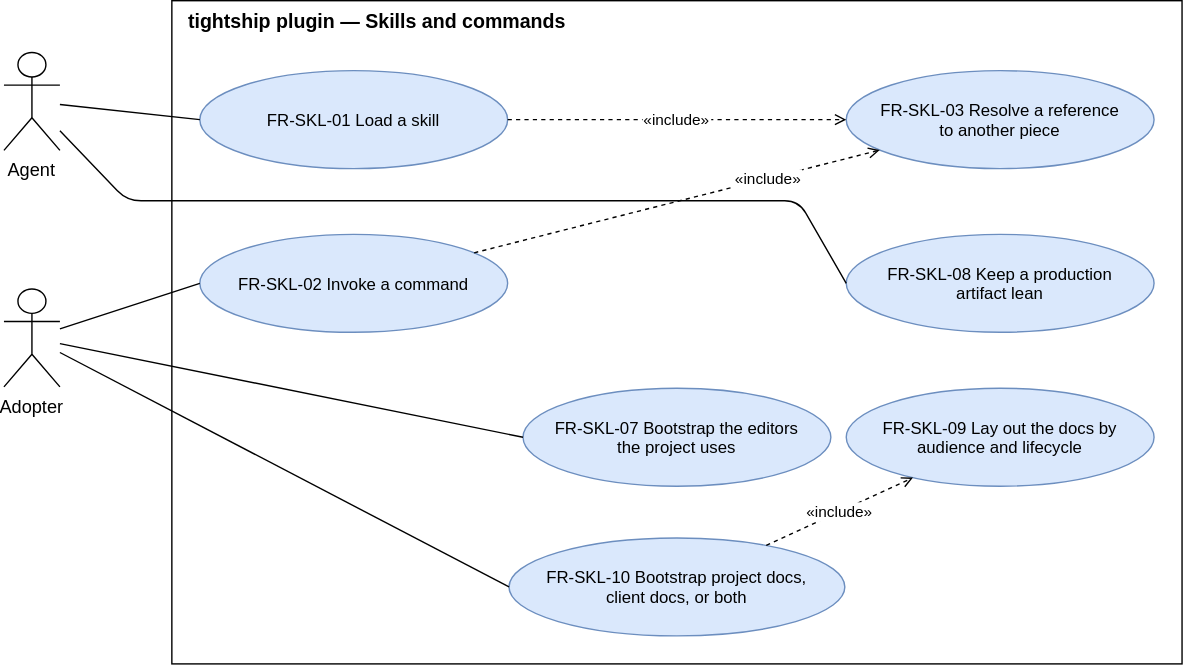
Before: docs/product/requirements/diagrams/use-cases-skills.drawio.svg, a diagram exported from draw.io (ATNexusLab/tightship). Source tidied: cells renumbered, new cells last; positions are measured from the earlier drawing's top-left corner, leaving out a move shared by most shapes.
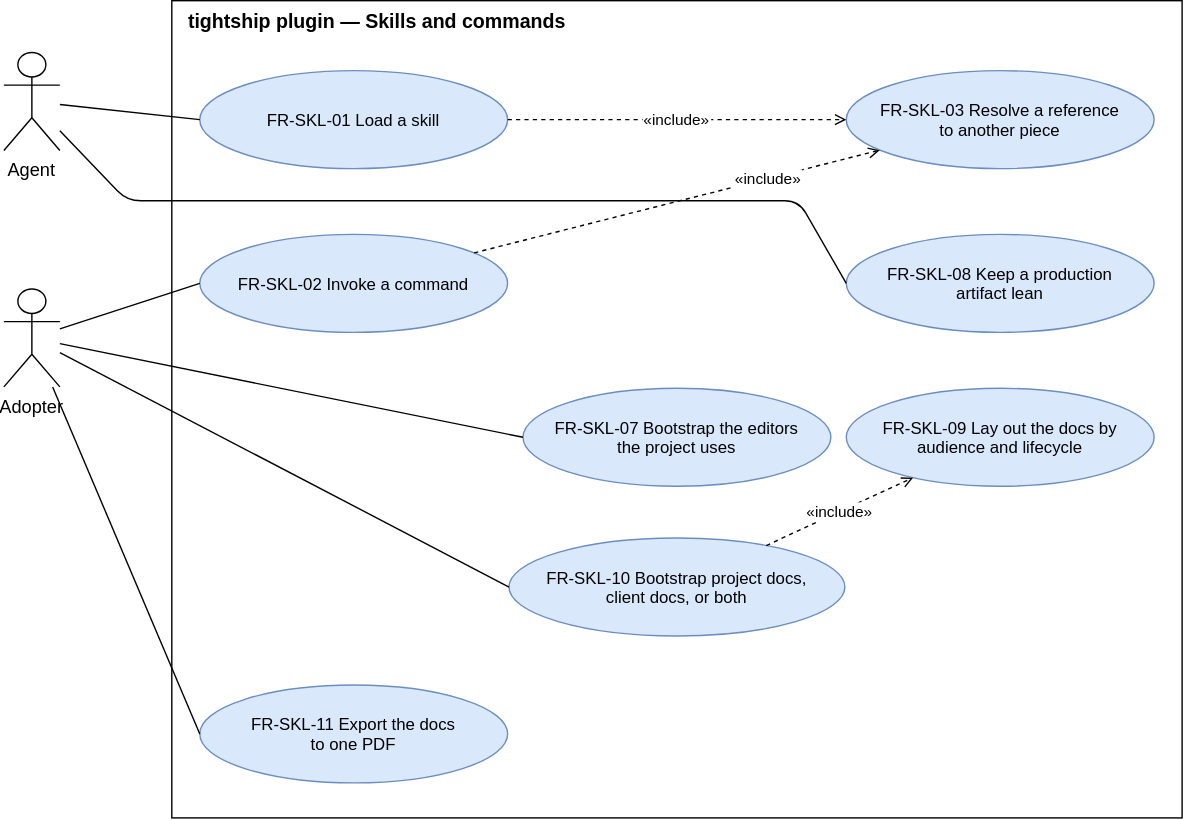
The same file after the commit.

The edit, as a diff of the source:
```diff
@@ -3,7 +3,7 @@
     <mxCell id="0" />
     <mxCell id="1" parent="0" />
     <mxCell id="2" value="tightship plugin — Skills and commands" style="rounded=0;fillColor=none;verticalAlign=top;align=left;spacingLeft=10;fontStyle=1;fontSize=14;html=0;" parent="1" vertex="1">
-      <mxGeometry x="120" width="722" height="474" as="geometry" />
+      <mxGeometry x="120" width="722" height="584" as="geometry" />
     </mxCell>
     <mxCell id="3" value="FR-SKL-01 Load a skill" style="ellipse;fontSize=12;fillColor=#dae8fc;strokeColor=#6c8ebf;html=0;" parent="1" vertex="1">
       <mxGeometry x="140" y="50" width="220" height="70" as="geometry" />
@@ -61,5 +61,11 @@
     <mxCell id="19" value="«include»" style="dashed=1;endArrow=open;endFill=0;html=0;fontSize=11;labelBackgroundColor=#ffffff;" parent="1" edge="1" source="16" target="18">
       <mxGeometry relative="1" as="geometry" />
     </mxCell>
+    <mxCell id="20" value="FR-SKL-11 Export the docs&#10;to one PDF" style="ellipse;fontSize=12;fillColor=#dae8fc;strokeColor=#6c8ebf;html=0;" parent="1" vertex="1">
+      <mxGeometry x="140" y="489" width="220" height="70" as="geometry" />
+    </mxCell>
+    <mxCell id="21" style="endArrow=none;entryX=0;entryY=0.5;html=0;fontSize=11;labelBackgroundColor=#ffffff;" parent="1" edge="1" source="8" target="20">
+      <mxGeometry relative="1" as="geometry" />
+    </mxCell>
   </root>
 </mxGraphModel>
```
